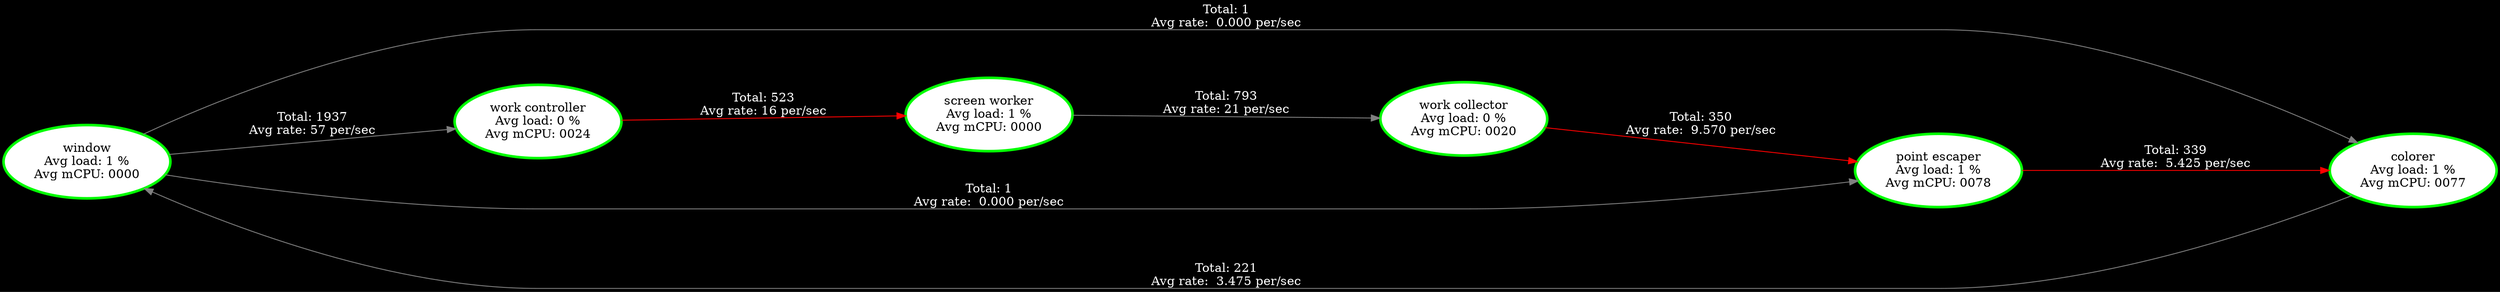
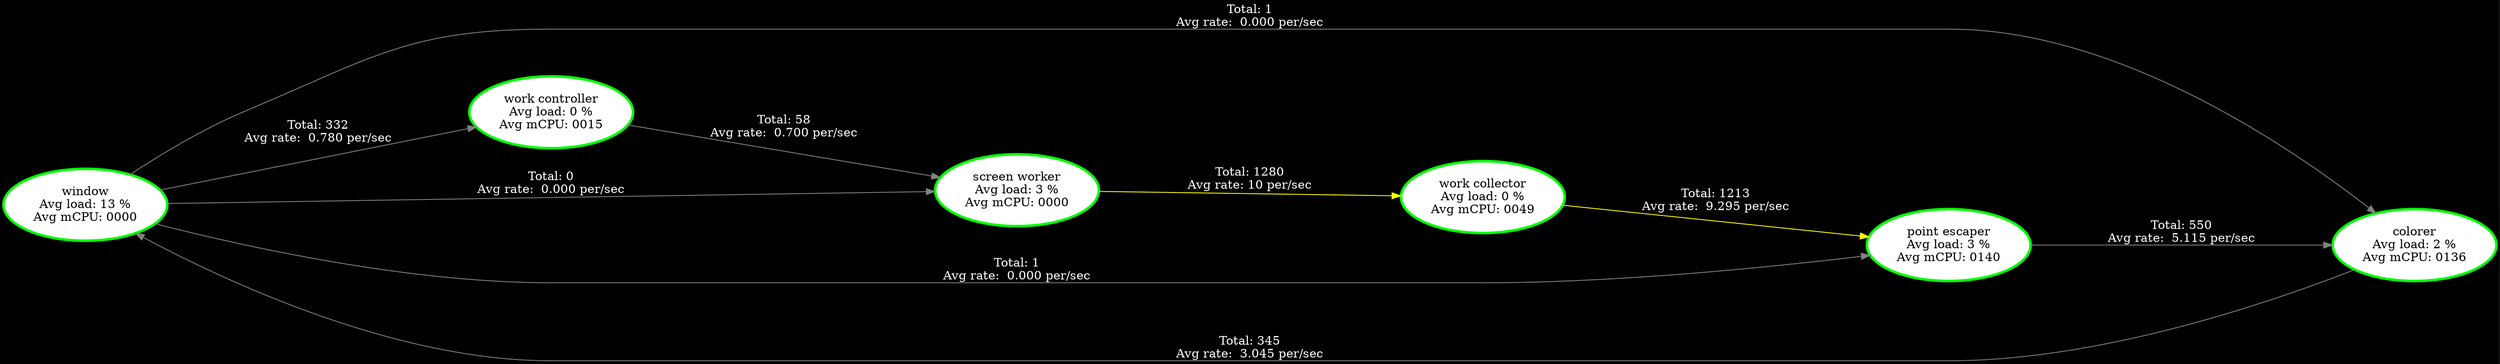
digraph G {
rankdir=LR;
graph [nodesep=.5, ranksep=2.5];
node [margin=0.1];
node [style=filled, fillcolor=white, fontcolor=black];
edge [color=white, fontcolor=white];
graph [bgcolor=black];
"window" [label="window
- Avg load: 1 %
+ Avg load: 13 %
Avg mCPU: 0000
- ", tooltip="window\n\nThreadId(14) Core:4\nWindow 12.8 secs\n--- Stats ---\nAvg load: 1 %\nAvg mCPU: 0000 \n", color="green", penwidth=3 ];
+ ", tooltip="window\n\nThreadId(14) Core:4\nWindow 12.8 secs\n--- Stats ---\nAvg load: 13 %\nAvg mCPU: 0000 \n", color="green", penwidth=3 ];
"colorer" [label="colorer
- Avg load: 1 %
- Avg mCPU: 0077
- ", tooltip="colorer\n\nThreadId(16) Core:5\nWindow 12.8 secs\n--- Stats ---\nAvg load: 1 %\nAvg mCPU: 0077 \n", color="green", penwidth=3 ];
+ Avg load: 2 %
+ Avg mCPU: 0136
+ ", tooltip="colorer\n\nThreadId(15) Core:5\nWindow 12.8 secs\n--- Stats ---\nAvg load: 2 %\nAvg mCPU: 0136 \n", color="green", penwidth=3 ];
"work controller" [label="work controller
Avg load: 0 %
- Avg mCPU: 0024
- ", tooltip="work controller\n\nThreadId(17) Core:6\nWindow 12.8 secs\n--- Stats ---\nAvg load: 0 %\nAvg mCPU: 0024 \n", color="green", penwidth=3 ];
+ Avg mCPU: 0015
+ ", tooltip="work controller\n\nThreadId(16) Core:6\nWindow 12.8 secs\n--- Stats ---\nAvg load: 0 %\nAvg mCPU: 0015 \n", color="green", penwidth=3 ];
"screen worker" [label="screen worker
- Avg load: 1 %
+ Avg load: 3 %
Avg mCPU: 0000
- ", tooltip="screen worker\n\nThreadId(18) Core:1\nWindow 12.8 secs\n--- Stats ---\nAvg load: 1 %\nAvg mCPU: 0000 \n", color="green", penwidth=3 ];
+ ", tooltip="screen worker\n\nThreadId(18) Core:1\nWindow 12.8 secs\n--- Stats ---\nAvg load: 3 %\nAvg mCPU: 0000 \n", color="green", penwidth=3 ];
"work collector" [label="work collector
Avg load: 0 %
- Avg mCPU: 0020
- ", tooltip="work collector\n\nThreadId(19) Core:2\nWindow 12.8 secs\n--- Stats ---\nAvg load: 0 %\nAvg mCPU: 0020 \n", color="green", penwidth=3 ];
+ Avg mCPU: 0049
+ ", tooltip="work collector\n\nThreadId(19) Core:2\nWindow 12.8 secs\n--- Stats ---\nAvg load: 0 %\nAvg mCPU: 0049 \n", color="green", penwidth=3 ];
"point escaper" [label="point escaper
- Avg load: 1 %
- Avg mCPU: 0078
- ", tooltip="point escaper\n\nThreadId(20) Core:3\nWindow 12.8 secs\n--- Stats ---\nAvg load: 1 %\nAvg mCPU: 0078 \n", color="green", penwidth=3 ];
- "colorer" -> "window" [label="Total: 221
- Avg rate:  3.475 per/sec
- ", tooltip="Window: 25.6 secs\nCH#6: Data\n Capacity: 2\n Volume: 2 (Total: 221)\n Saturation: 0%\n", color="#808080", penwidth=1];
- "point escaper" -> "colorer" [label="Total: 339
- Avg rate:  5.425 per/sec
- ", tooltip="Window: 25.6 secs\nCH#5: Data\n Capacity: 2\n Volume: 2 (Total: 339)\n Saturation: 100%\n", color="#FF0000", penwidth=1];
- "screen worker" -> "work collector" [label="Total: 793
- Avg rate: 21 per/sec
- ", tooltip="Window: 25.6 secs\nCH#8: Data\n Capacity: 50\n Volume: 0 (Total: 793)\n Saturation: 0%\n", color="#808080", penwidth=1];
+ Avg load: 3 %
+ Avg mCPU: 0140
+ ", tooltip="point escaper\n\nThreadId(20) Core:3\nWindow 12.8 secs\n--- Stats ---\nAvg load: 3 %\nAvg mCPU: 0140 \n", color="green", penwidth=3 ];
+ "colorer" -> "window" [label="Total: 345
+ Avg rate:  3.045 per/sec
+ ", tooltip="Window: 25.6 secs\nCH#3: Data\n Capacity: 2\n Volume: 1 (Total: 345)\n Saturation: 0%\n", color="#808080", penwidth=1];
+ "point escaper" -> "colorer" [label="Total: 550
+ Avg rate:  5.115 per/sec
+ ", tooltip="Window: 25.6 secs\nCH#13: Data\n Capacity: 50\n Volume: 2 (Total: 550)\n Saturation: 0%\n", color="#808080", penwidth=1];
+ "screen worker" -> "work collector" [label="Total: 1280
+ Avg rate: 10 per/sec
+ ", tooltip="Window: 25.6 secs\nCH#17: Data\n Capacity: 50\n Volume: 26 (Total: 1280)\n Saturation: 28%\n", color="#FFFF00", penwidth=1];
"window" -> "colorer" [label="Total: 1
Avg rate:  0.000 per/sec
", tooltip="Window: 25.6 secs\nCH#1: Data\n Capacity: 50\n Volume: 0 (Total: 1)\n Saturation: 0%\n", color="#808080", penwidth=1];
"window" -> "point escaper" [label="Total: 1
Avg rate:  0.000 per/sec
", tooltip="Window: 25.6 secs\nCH#2: Data\n Capacity: 50\n Volume: 0 (Total: 1)\n Saturation: 0%\n", color="#808080", penwidth=1];
- "window" -> "work controller" [label="Total: 1937
- Avg rate: 57 per/sec
- ", tooltip="Window: 25.6 secs\nCH#3: Data\n Capacity: 50\n Volume: 0 (Total: 1937)\n Saturation: 0%\n", color="#808080", penwidth=1];
- "work collector" -> "point escaper" [label="Total: 350
- Avg rate:  9.570 per/sec
- ", tooltip="Window: 25.6 secs\nCH#21: Data\n Capacity: 2\n Volume: 0 (Total: 350)\n Saturation: 50%\n", color="#FF0000", penwidth=1];
- "work controller" -> "screen worker" [label="Total: 523
- Avg rate: 16 per/sec
- ", tooltip="Window: 25.6 secs\nCH#4: Data\n Capacity: 2\n Volume: 0 (Total: 523)\n Saturation: 0%\n", color="#FF0000", penwidth=1];
+ "window" -> "screen worker" [label="Total: 0
+ Avg rate:  0.000 per/sec
+ ", tooltip="Window: 25.6 secs\nCH#5: Data\n Capacity: 50\n Volume: 0 (Total: 0)\n Saturation: 0%\n", color="#808080", penwidth=1];
+ "window" -> "work controller" [label="Total: 332
+ Avg rate:  0.780 per/sec
+ ", tooltip="Window: 25.6 secs\nCH#4: Data\n Capacity: 50\n Volume: 0 (Total: 332)\n Saturation: 0%\n", color="#808080", penwidth=1];
+ "work collector" -> "point escaper" [label="Total: 1213
+ Avg rate:  9.295 per/sec
+ ", tooltip="Window: 25.6 secs\nCH#18: Data\n Capacity: 50\n Volume: 10 (Total: 1213)\n Saturation: 28%\n", color="#FFFF00", penwidth=1];
+ "work controller" -> "screen worker" [label="Total: 58
+ Avg rate:  0.700 per/sec
+ ", tooltip="Window: 25.6 secs\nCH#9: Data\n Capacity: 50\n Volume: 0 (Total: 58)\n Saturation: 0%\n", color="#808080", penwidth=1];
}
